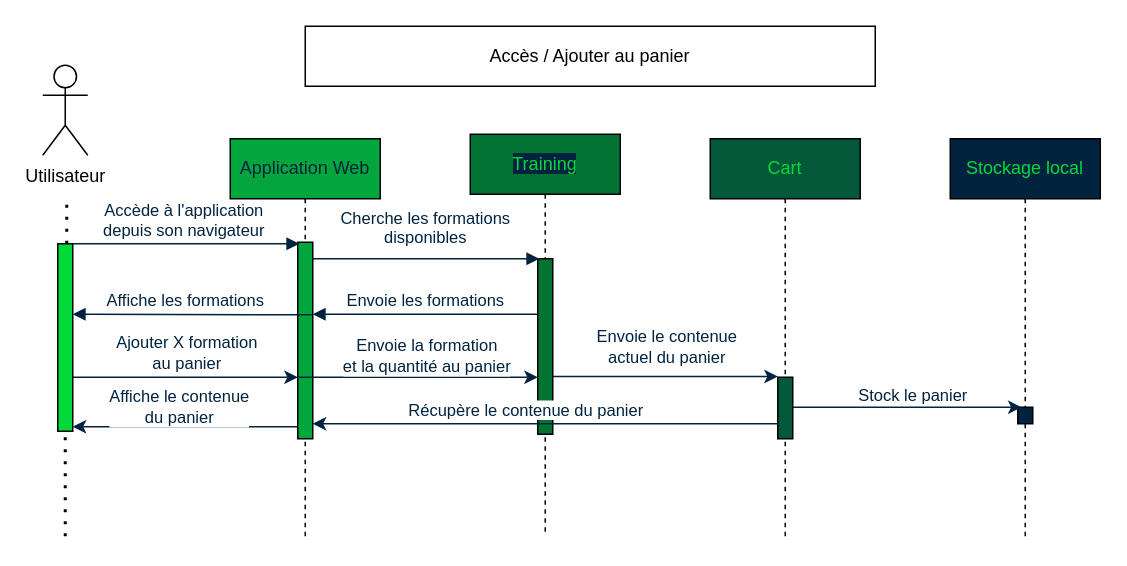
This is page "Consulter, ajouter au panier" (1 of 2) of trainings-font-app.drawio from xAm64/AngularTest, a draw.io file, before an edit. Source tidied: cells renumbered, new cells numbered last; positions are measured from the earlier drawing's top-left corner, leaving out a move shared by most shapes. Both pictures are drawn from the tidied source at 150%, with x=0, y=0 at pixel (42, 26).
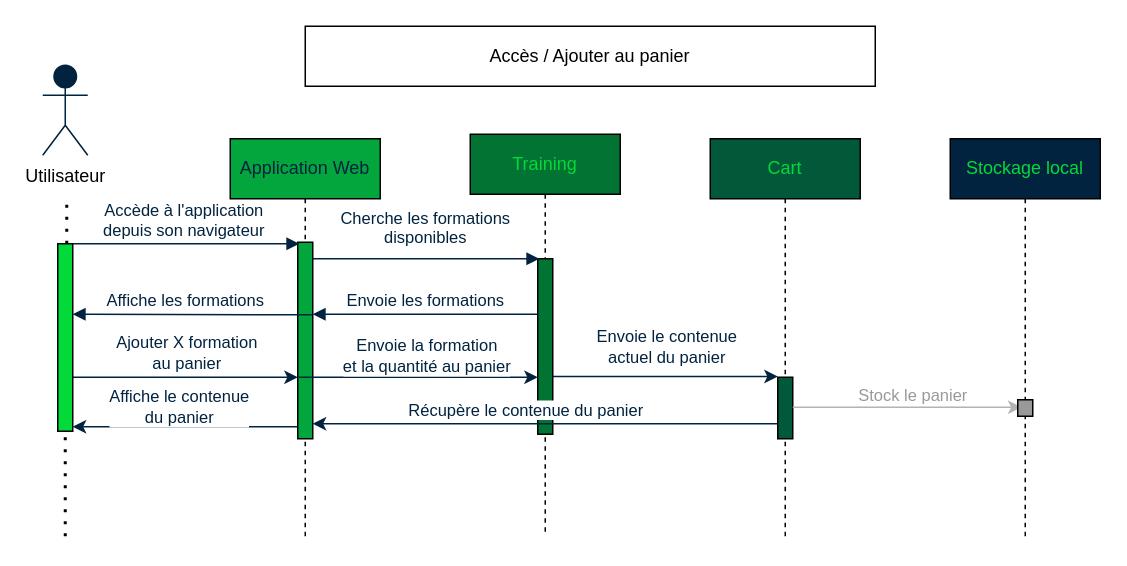
After the change.

Unchanged cells that the change refers to:
```xml
<mxCell id="8" style="html=1;points=[];perimeter=orthogonalPerimeter;outlineConnect=0;targetShapes=umlLifeline;portConstraint=eastwest;newEdgeStyle={&quot;edgeStyle&quot;:&quot;elbowEdgeStyle&quot;,&quot;elbow&quot;:&quot;vertical&quot;,&quot;curved&quot;:0,&quot;rounded&quot;:0};fillColor=#025939;" parent="7" vertex="1">
  <mxGeometry x="45" y="159" width="10" height="41" as="geometry" />
</mxCell>
<mxCell id="9" value="&lt;font color=&quot;#04d939&quot;&gt;Stockage local&lt;/font&gt;" style="shape=umlLifeline;perimeter=lifelinePerimeter;whiteSpace=wrap;html=1;newEdgeStyle={&quot;edgeStyle&quot;:&quot;elbowEdgeStyle&quot;,&quot;elbow&quot;:&quot;vertical&quot;,&quot;curved&quot;:0,&quot;rounded&quot;:0};fillColor=#012340;" parent="1" vertex="1">
  <mxGeometry x="605" y="75" width="100" height="265" as="geometry" />
</mxCell>
```

The edit, as a diff of the source:
```diff
@@
-    <mxCell id="5" value="&lt;font style=&quot;background-color: rgb(1, 35, 64);&quot; color=&quot;#04d939&quot;&gt;Training&lt;/font&gt;" style="shape=umlLifeline;perimeter=lifelinePerimeter;whiteSpace=wrap;html=1;newEdgeStyle={&quot;edgeStyle&quot;:&quot;elbowEdgeStyle&quot;,&quot;elbow&quot;:&quot;vertical&quot;,&quot;curved&quot;:0,&quot;rounded&quot;:0};fillColor=#027333;" parent="1" vertex="1">
+    <mxCell id="5" value="&lt;font color=&quot;#04d939&quot;&gt;Training&lt;/font&gt;" style="shape=umlLifeline;perimeter=lifelinePerimeter;whiteSpace=wrap;html=1;newEdgeStyle={&quot;edgeStyle&quot;:&quot;elbowEdgeStyle&quot;,&quot;elbow&quot;:&quot;vertical&quot;,&quot;curved&quot;:0,&quot;rounded&quot;:0};fillColor=#027333;" parent="1" vertex="1">
       <mxGeometry x="285" y="72" width="100" height="268" as="geometry" />
     </mxCell>
@@
-    <mxCell id="10" style="html=1;perimeter=orthogonalPerimeter;targetShapes=umlLifeline;newEdgeStyle={&quot;edgeStyle&quot;:&quot;elbowEdgeStyle&quot;,&quot;elbow&quot;:&quot;vertical&quot;,&quot;curved&quot;:0,&quot;rounded&quot;:0};fillColor=#012340;" parent="9" vertex="1">
-      <mxGeometry x="45" y="179" width="10" height="11" as="geometry" />
-    </mxCell>
@@
-    <mxCell id="16" style="edgeStyle=elbowEdgeStyle;rounded=0;jettySize=auto;html=1;elbow=vertical;curved=0;strokeColor=#012340;" parent="1" edge="1" source="8">
+    <mxCell id="16" style="edgeStyle=elbowEdgeStyle;rounded=0;jettySize=auto;html=1;elbow=vertical;curved=0;strokeColor=#B3B3B3;" parent="1" edge="1" source="8">
       <mxGeometry relative="1" as="geometry">
         <mxPoint x="652.5" y="254" as="targetPoint" />
       </mxGeometry>
     </mxCell>
-    <mxCell id="17" value="&lt;font color=&quot;#012340&quot;&gt;Stock le panier&lt;/font&gt;" style="edgeLabel;html=1;align=center;verticalAlign=middle;" parent="16" vertex="1">
+    <mxCell id="17" value="&lt;font color=&quot;#999999&quot;&gt;Stock le panier&lt;/font&gt;" style="edgeLabel;html=1;align=center;verticalAlign=middle;" parent="16" vertex="1">
       <mxGeometry x="0.22" y="1" relative="1" as="geometry">
         <mxPoint x="-14" y="-8" as="offset" />
       </mxGeometry>
     </mxCell>
-    <mxCell id="18" value="Utilisateur" style="shape=umlActor;verticalLabelPosition=bottom;verticalAlign=top;html=1;" parent="1" vertex="1">
+    <mxCell id="18" value="Utilisateur" style="shape=umlActor;verticalLabelPosition=bottom;verticalAlign=top;html=1;strokeColor=#012340;fillColor=#012340;" parent="1" vertex="1">
       <mxGeometry y="26" width="30" height="60" as="geometry" />
     </mxCell>
@@
+    <mxCell id="10" style="html=1;perimeter=orthogonalPerimeter;targetShapes=umlLifeline;newEdgeStyle={&quot;edgeStyle&quot;:&quot;elbowEdgeStyle&quot;,&quot;elbow&quot;:&quot;vertical&quot;,&quot;curved&quot;:0,&quot;rounded&quot;:0};fillColor=#999999;" parent="1" vertex="1">
+      <mxGeometry x="650" y="249" width="10" height="11" as="geometry" />
+    </mxCell>
```
